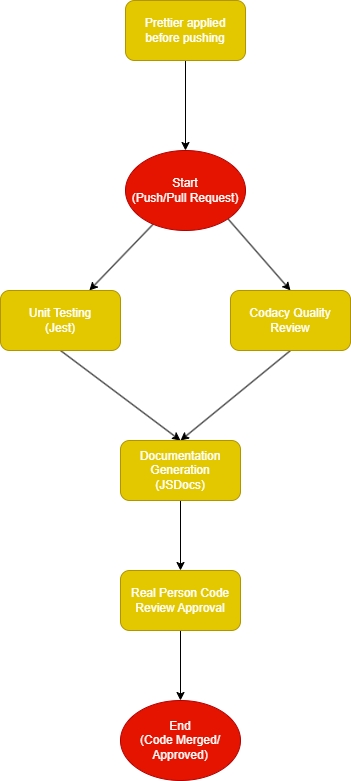
Before: admin/cipipeline/phase1.drawio.png, a diagram exported from draw.io (cse110-sp24-group2/cse110-sp24-group2). Source tidied: cells renumbered, new cells last; positions are measured from the earlier drawing's top-left corner, leaving out a move shared by most shapes.
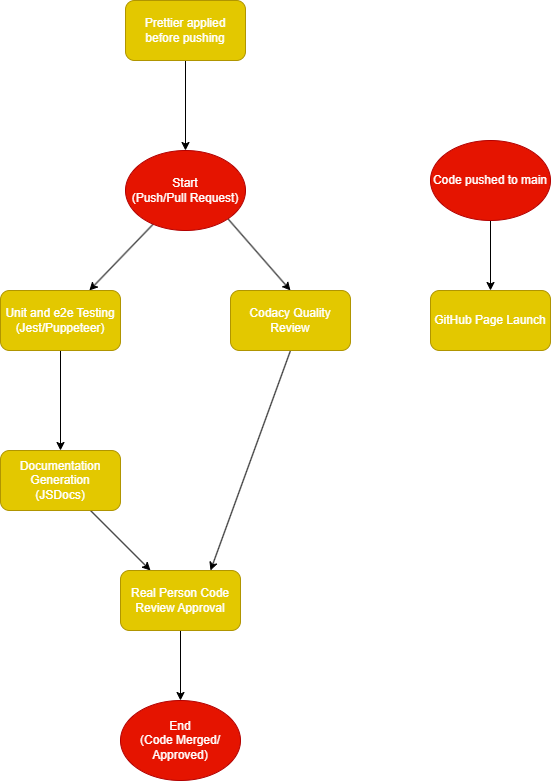
The same file after the commit.

Diff of the diagram source:
```diff
@@ -14,12 +14,12 @@
     <mxCell id="5" style="edgeStyle=none;html=1;exitX=0.5;exitY=1;exitDx=0;exitDy=0;entryX=0.5;entryY=0;entryDx=0;entryDy=0;fontColor=#FFFFFF;" parent="1" edge="1" source="6" target="10">
       <mxGeometry relative="1" as="geometry" />
     </mxCell>
-    <mxCell id="6" value="&lt;font color=&quot;#ffffff&quot;&gt;Unit Testing&lt;br&gt;(Jest)&lt;br&gt;&lt;/font&gt;" style="rounded=1;whiteSpace=wrap;html=1;fillColor=#e3c800;fontColor=#000000;strokeColor=#B09500;" parent="1" vertex="1">
+    <mxCell id="6" value="&lt;font color=&quot;#ffffff&quot;&gt;Unit and e2e Testing&lt;br&gt;(Jest/Puppeteer)&lt;br&gt;&lt;/font&gt;" style="rounded=1;whiteSpace=wrap;html=1;fillColor=#e3c800;fontColor=#000000;strokeColor=#B09500;" parent="1" vertex="1">
       <mxGeometry y="290" width="120" height="60" as="geometry" />
     </mxCell>
-    <mxCell id="7" style="edgeStyle=none;html=1;exitX=0.5;exitY=1;exitDx=0;exitDy=0;entryX=0.5;entryY=0;entryDx=0;entryDy=0;fontColor=#FFFFFF;" parent="1" edge="1" source="8" target="10">
-      <mxGeometry relative="1" as="geometry" />
-    </mxCell>
+    <mxCell id="16" style="edgeStyle=none;html=1;exitX=0.5;exitY=1;exitDx=0;exitDy=0;entryX=0.75;entryY=0;entryDx=0;entryDy=0;" parent="1" edge="1" source="8" target="14">
+      <mxGeometry relative="1" as="geometry" />
+    </mxCell>
     <mxCell id="8" value="&lt;font color=&quot;#ffffff&quot;&gt;Codacy Quality Review&lt;br&gt;&lt;/font&gt;" style="rounded=1;whiteSpace=wrap;html=1;fillColor=#e3c800;fontColor=#000000;strokeColor=#B09500;" parent="1" vertex="1">
       <mxGeometry x="230" y="290" width="120" height="60" as="geometry" />
     </mxCell>
@@ -27,7 +27,7 @@
       <mxGeometry relative="1" as="geometry" />
     </mxCell>
     <mxCell id="10" value="&lt;font color=&quot;#ffffff&quot;&gt;Documentation Generation&lt;br&gt;(JSDocs)&lt;br&gt;&lt;/font&gt;" style="rounded=1;whiteSpace=wrap;html=1;fillColor=#e3c800;fontColor=#000000;strokeColor=#B09500;" parent="1" vertex="1">
-      <mxGeometry x="120" y="440" width="120" height="60" as="geometry" />
+      <mxGeometry y="450" width="120" height="60" as="geometry" />
     </mxCell>
     <mxCell id="11" style="edgeStyle=none;html=1;fontColor=#FFFFFF;" parent="1" edge="1" source="12" target="4">
       <mxGeometry relative="1" as="geometry" />
@@ -44,5 +44,14 @@
     <mxCell id="15" value="End&lt;br&gt;(Code Merged/ Approved)" style="ellipse;whiteSpace=wrap;html=1;fillColor=#e51400;fontColor=#ffffff;strokeColor=#B20000;" parent="1" vertex="1">
       <mxGeometry x="120" y="700" width="120" height="80" as="geometry" />
     </mxCell>
+    <mxCell id="17" style="edgeStyle=none;html=1;" parent="1" edge="1" source="18" target="19">
+      <mxGeometry relative="1" as="geometry" />
+    </mxCell>
+    <mxCell id="18" value="Code pushed to main" style="ellipse;whiteSpace=wrap;html=1;fillColor=#e51400;fontColor=#ffffff;strokeColor=#B20000;" parent="1" vertex="1">
+      <mxGeometry x="430" y="140" width="120" height="80" as="geometry" />
+    </mxCell>
+    <mxCell id="19" value="&lt;font color=&quot;#ffffff&quot;&gt;GitHub Page Launch&lt;br&gt;&lt;/font&gt;" style="rounded=1;whiteSpace=wrap;html=1;fillColor=#e3c800;fontColor=#000000;strokeColor=#B09500;" parent="1" vertex="1">
+      <mxGeometry x="430" y="290" width="120" height="60" as="geometry" />
+    </mxCell>
   </root>
 </mxGraphModel>
```
